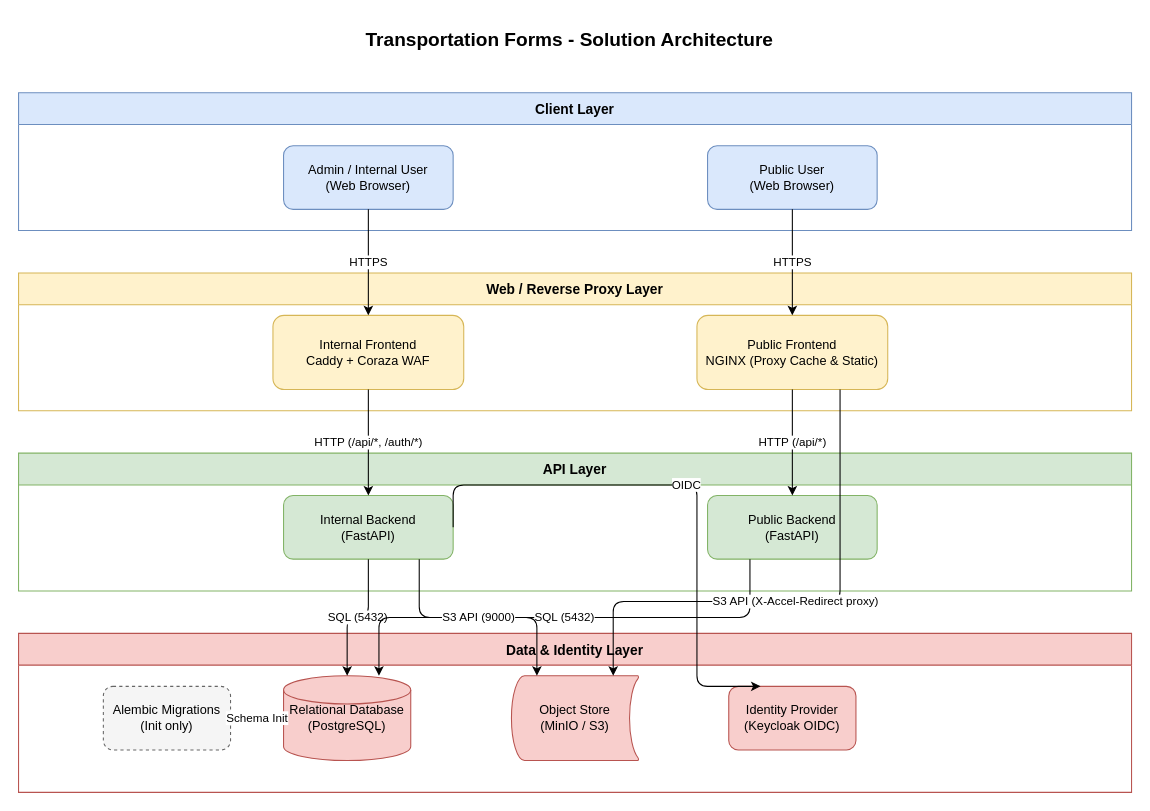
Earlier version of the draw.io diagram docs/diagrams/solution-architecture.drawio (bcgov/Transportation-Forms). Source tidied: cells renumbered, new cells numbered last; positions are measured from the earlier drawing's top-left corner, leaving out a move shared by most shapes. Both pictures are drawn from the tidied source at 106%, with x=0, y=0 at pixel (18, 18).
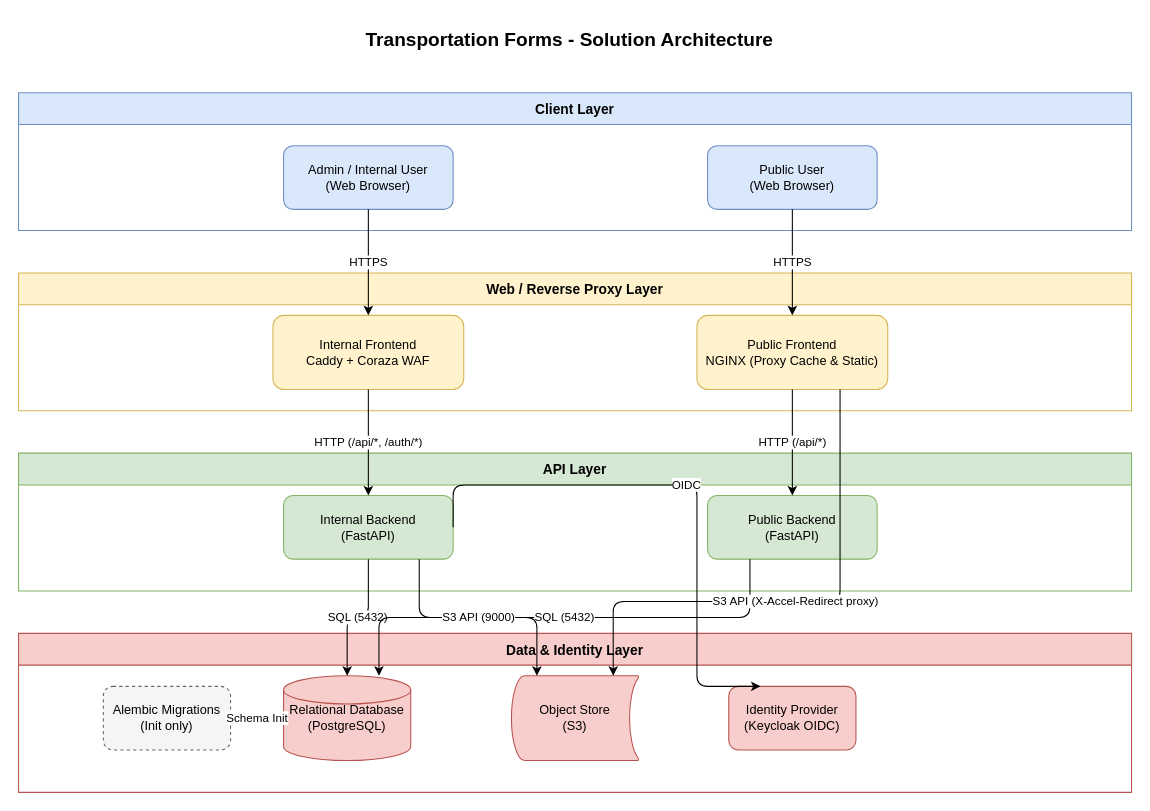
The same page after the edit.

The change refers to these unchanged cells:
```xml
<mxCell id="12" value="Data &amp; Identity Layer" style="swimlane;startSize=30;fillColor=#f8cecc;strokeColor=#b85450;fontStyle=1;fontSize=13;" parent="1" vertex="1">
  <mxGeometry y="580" width="1050" height="150" as="geometry" />
</mxCell>
```

The edit, as a diff of the source:
```diff
@@
-    <mxCell id="14" value="Object Store&#10;(MinIO / S3)" style="shape=mxgraph.flowchart.stored_data;whiteSpace=wrap;html=1;fillColor=#f8cecc;strokeColor=#b85450;fontSize=12;" parent="12" vertex="1">
+    <mxCell id="14" value="Object Store&lt;br&gt;(S3)" style="shape=mxgraph.flowchart.stored_data;whiteSpace=wrap;html=1;fillColor=#f8cecc;strokeColor=#b85450;fontSize=12;" parent="12" vertex="1">
       <mxGeometry x="465" y="40" width="120" height="80" as="geometry" />
     </mxCell>
```
